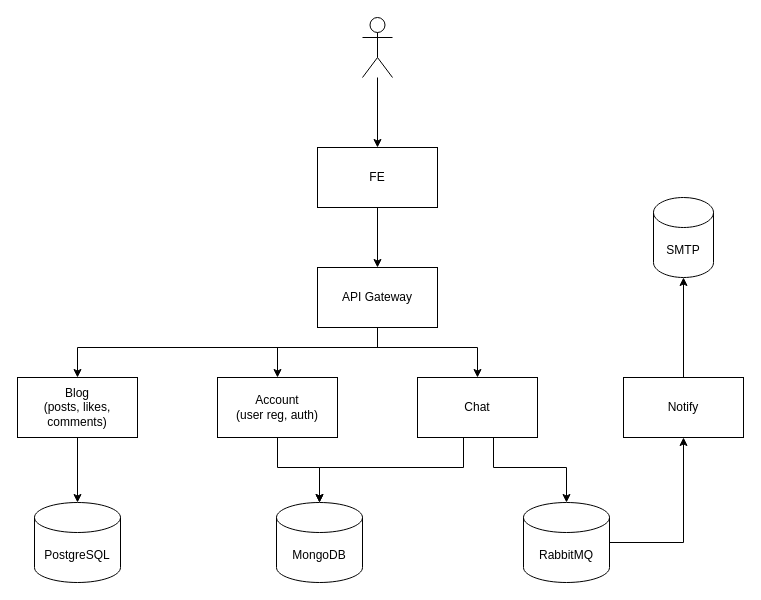
The draw.io diagram specification.drawio in htmlacademy-nestjs/489241-readme-6, before the edit. Source tidied: cells renumbered, new cells numbered last; positions are measured from the earlier drawing's top-left corner, leaving out a move shared by most shapes. Both pictures are drawn from the tidied source at 100%, with x=0, y=0 at pixel (17, 17).
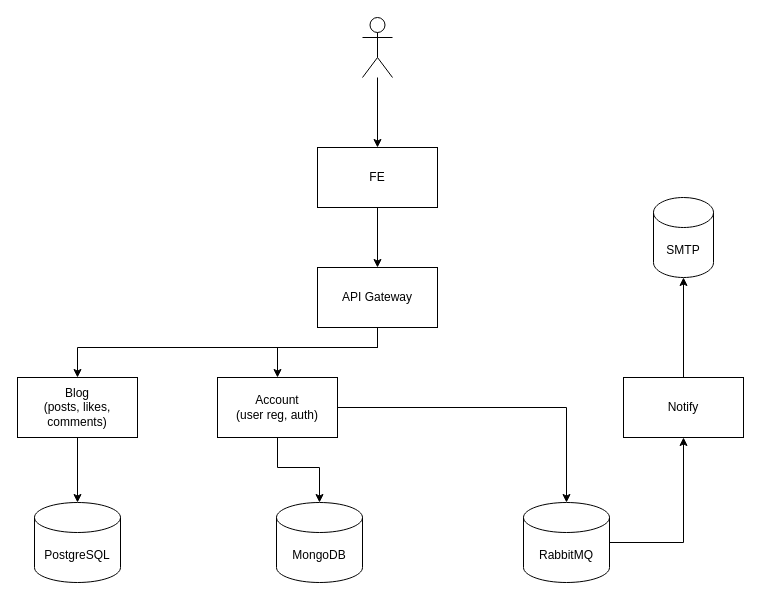
The same diagram, later.

Unchanged cells that the change refers to:
```xml
<mxCell id="6" value="Account&lt;br&gt;(user reg, auth)" style="rounded=0;whiteSpace=wrap;html=1;" parent="1" vertex="1">
  <mxGeometry x="200" y="360" width="120" height="60" as="geometry" />
</mxCell>
<mxCell id="15" value="API Gateway" style="rounded=0;whiteSpace=wrap;html=1;" parent="1" vertex="1">
  <mxGeometry x="300" y="250" width="120" height="60" as="geometry" />
</mxCell>
<mxCell id="18" value="RabbitMQ" style="shape=cylinder3;whiteSpace=wrap;html=1;boundedLbl=1;backgroundOutline=1;size=15;" parent="1" vertex="1">
  <mxGeometry x="506" y="485" width="86" height="80" as="geometry" />
</mxCell>
<mxCell id="21" value="MongoDB" style="shape=cylinder3;whiteSpace=wrap;html=1;boundedLbl=1;backgroundOutline=1;size=15;" parent="1" vertex="1">
  <mxGeometry x="259" y="485" width="86" height="80" as="geometry" />
</mxCell>
```

What changed in the source:
```diff
@@
+    <mxCell id="24" style="edgeStyle=orthogonalEdgeStyle;rounded=0;jettySize=auto;html=1;" parent="1" edge="1" source="6" target="18">
+      <mxGeometry relative="1" as="geometry" />
+    </mxCell>
@@
-    <mxCell id="8" style="edgeStyle=orthogonalEdgeStyle;rounded=0;jettySize=auto;html=1;entryX=0.5;entryY=0;entryDx=0;entryDy=0;entryPerimeter=0;" parent="1" edge="1" source="9" target="21">
-      <mxGeometry relative="1" as="geometry">
-        <Array as="points">
-          <mxPoint x="446" y="450" />
-          <mxPoint x="302" y="450" />
-        </Array>
-      </mxGeometry>
-    </mxCell>
-    <mxCell id="9" value="Chat" style="rounded=0;whiteSpace=wrap;html=1;" parent="1" vertex="1">
-      <mxGeometry x="400" y="360" width="120" height="60" as="geometry" />
-    </mxCell>
@@
-    <mxCell id="14" style="edgeStyle=orthogonalEdgeStyle;rounded=0;jettySize=auto;html=1;entryX=0.5;entryY=0;entryDx=0;entryDy=0;" parent="1" edge="1" source="15" target="9">
-      <mxGeometry relative="1" as="geometry">
-        <Array as="points">
-          <mxPoint x="360" y="330" />
-          <mxPoint x="460" y="330" />
-        </Array>
-      </mxGeometry>
-    </mxCell>
@@
-    <mxCell id="19" style="edgeStyle=orthogonalEdgeStyle;rounded=0;jettySize=auto;html=1;entryX=0.5;entryY=0;entryDx=0;entryDy=0;entryPerimeter=0;" parent="1" edge="1" source="9" target="18">
-      <mxGeometry relative="1" as="geometry">
-        <Array as="points">
-          <mxPoint x="476" y="450" />
-          <mxPoint x="549" y="450" />
-        </Array>
-      </mxGeometry>
-    </mxCell>
```
